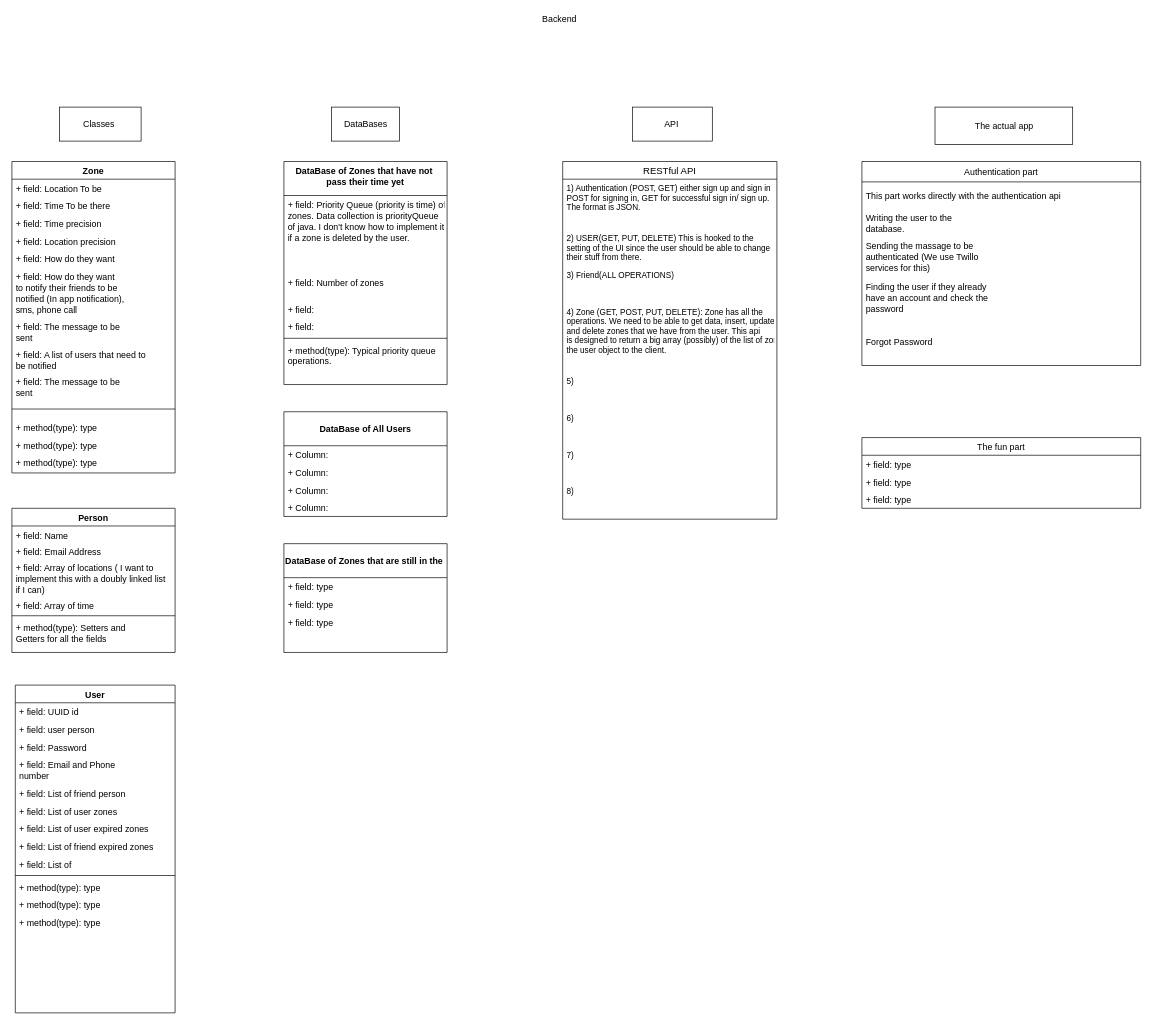
Above: page "Page-1" (1 of 2) of Untitled Diagram.drawio in mosaghafian/SUREDiagrams (draw.io), before the change. Source tidied: cells renumbered, new cells numbered last; positions are measured from the earlier drawing's top-left corner, leaving out a move shared by most shapes. Both pictures are drawn from the tidied source at 68%, with x=0, y=0 at pixel (12, 12).
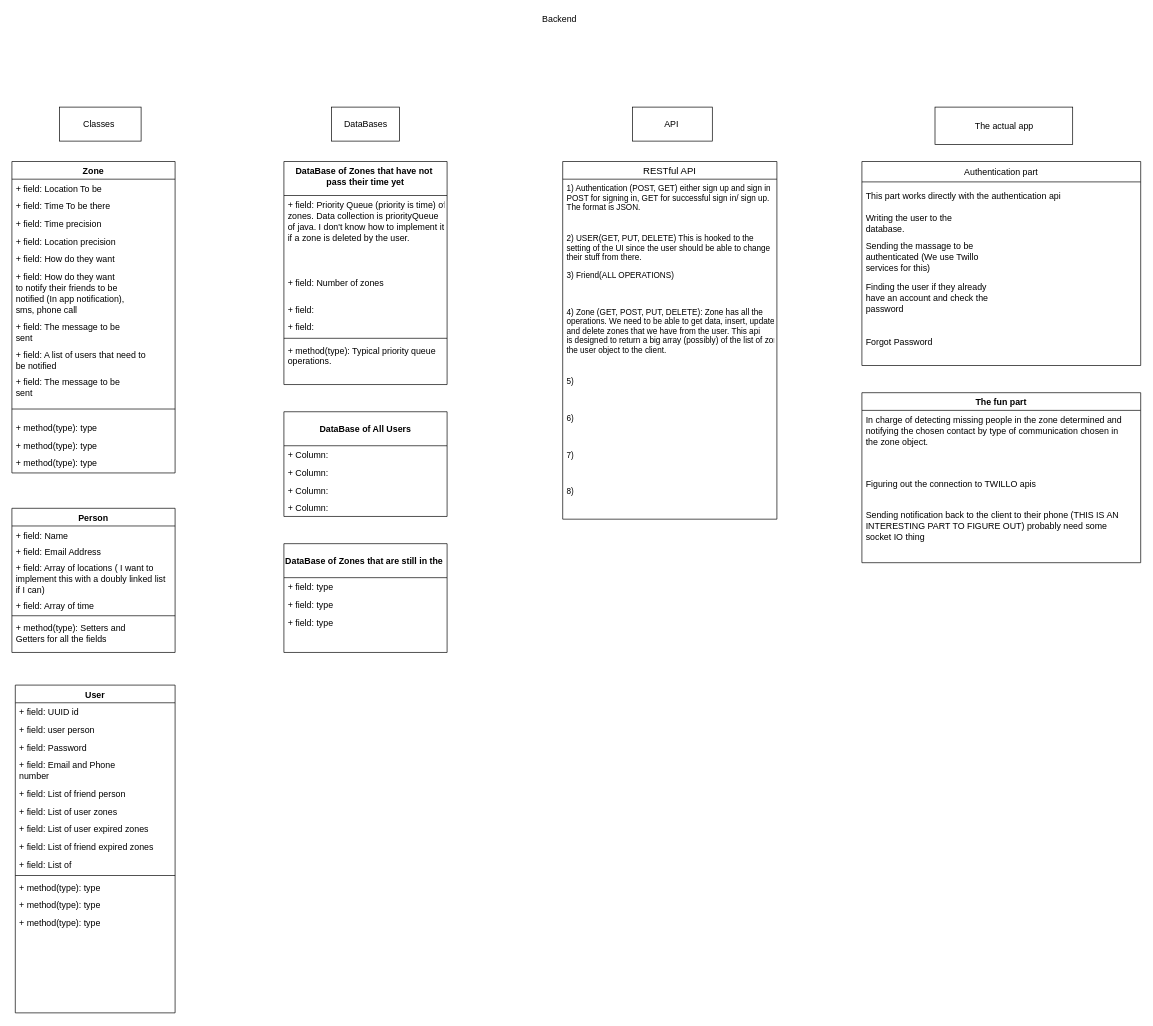
The same page after the edit.

Commit message:
Finished the general things needed, tomorrow I will check the details

The edit, as a diff of the source:
```diff
@@
-    <mxCell id="46" value="The fun part" style="swimlane;fontStyle=0;horizontal=1;startSize=26;fillColor=none;fontSize=13;" parent="1" vertex="1">
-      <mxGeometry x="1250" y="626" width="410" height="104" as="geometry" />
+    <mxCell id="46" value="The fun part" style="swimlane;fontStyle=1;horizontal=1;startSize=26;fillColor=none;fontSize=13;" parent="1" vertex="1">
+      <mxGeometry x="1250" y="560" width="410" height="250" as="geometry" />
     </mxCell>
-    <mxCell id="47" value="+ field: type" style="text;strokeColor=none;fillColor=none;align=left;verticalAlign=top;spacingLeft=4;spacingRight=4;overflow=hidden;fontSize=13;" parent="46" vertex="1">
-      <mxGeometry y="26" width="410" height="26" as="geometry" />
+    <mxCell id="47" value="In charge of detecting missing people in the zone determined and&#10;notifying the chosen contact by type of communication chosen in &#10;the zone object. " style="text;strokeColor=none;fillColor=none;align=left;verticalAlign=top;spacingLeft=4;spacingRight=4;overflow=hidden;fontSize=13;" parent="46" vertex="1">
+      <mxGeometry y="26" width="410" height="94" as="geometry" />
     </mxCell>
-    <mxCell id="48" value="+ field: type" style="text;strokeColor=none;fillColor=none;align=left;verticalAlign=top;spacingLeft=4;spacingRight=4;overflow=hidden;fontSize=13;" parent="46" vertex="1">
-      <mxGeometry y="52" width="410" height="26" as="geometry" />
+    <mxCell id="48" value="Figuring out the connection to TWILLO apis" style="text;strokeColor=none;fillColor=none;align=left;verticalAlign=top;spacingLeft=4;spacingRight=4;overflow=hidden;fontSize=13;" parent="46" vertex="1">
+      <mxGeometry y="120" width="410" height="46" as="geometry" />
     </mxCell>
-    <mxCell id="49" value="+ field: type" style="text;strokeColor=none;fillColor=none;align=left;verticalAlign=top;spacingLeft=4;spacingRight=4;overflow=hidden;fontSize=13;" parent="46" vertex="1">
-      <mxGeometry y="78" width="410" height="26" as="geometry" />
+    <mxCell id="49" value="Sending notification back to the client to their phone (THIS IS AN &#10;INTERESTING PART TO FIGURE OUT) probably need some &#10;socket IO thing" style="text;strokeColor=none;fillColor=none;align=left;verticalAlign=top;spacingLeft=4;spacingRight=4;overflow=hidden;fontSize=13;" parent="46" vertex="1">
+      <mxGeometry y="166" width="410" height="84" as="geometry" />
     </mxCell>
```
